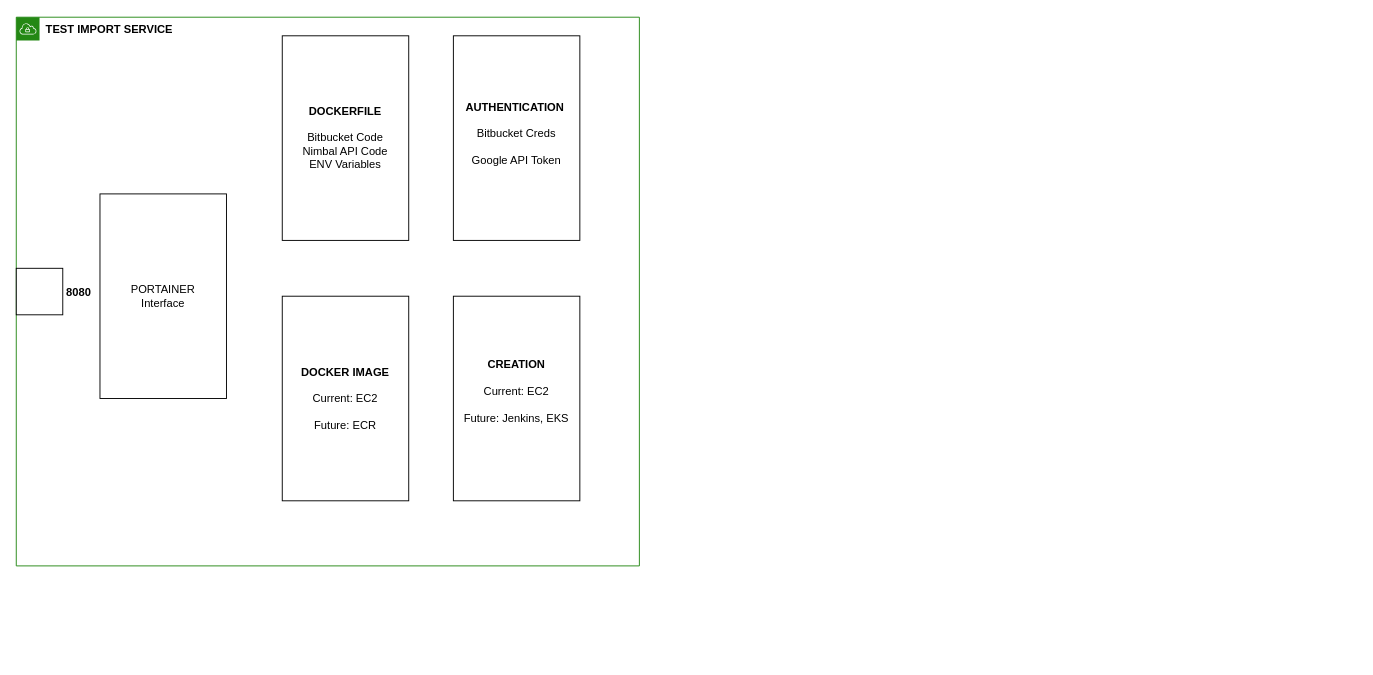
Above: page "Portainer" (3 of 7) of Nimbal.drawio in haarsh31/architecture (draw.io), before the change. Source tidied: cells renumbered, new cells numbered last; positions are measured from the earlier drawing's top-left corner, leaving out a move shared by most shapes. Both pictures are drawn from the tidied source at 93%, with x=0, y=0 at pixel (16, 17).
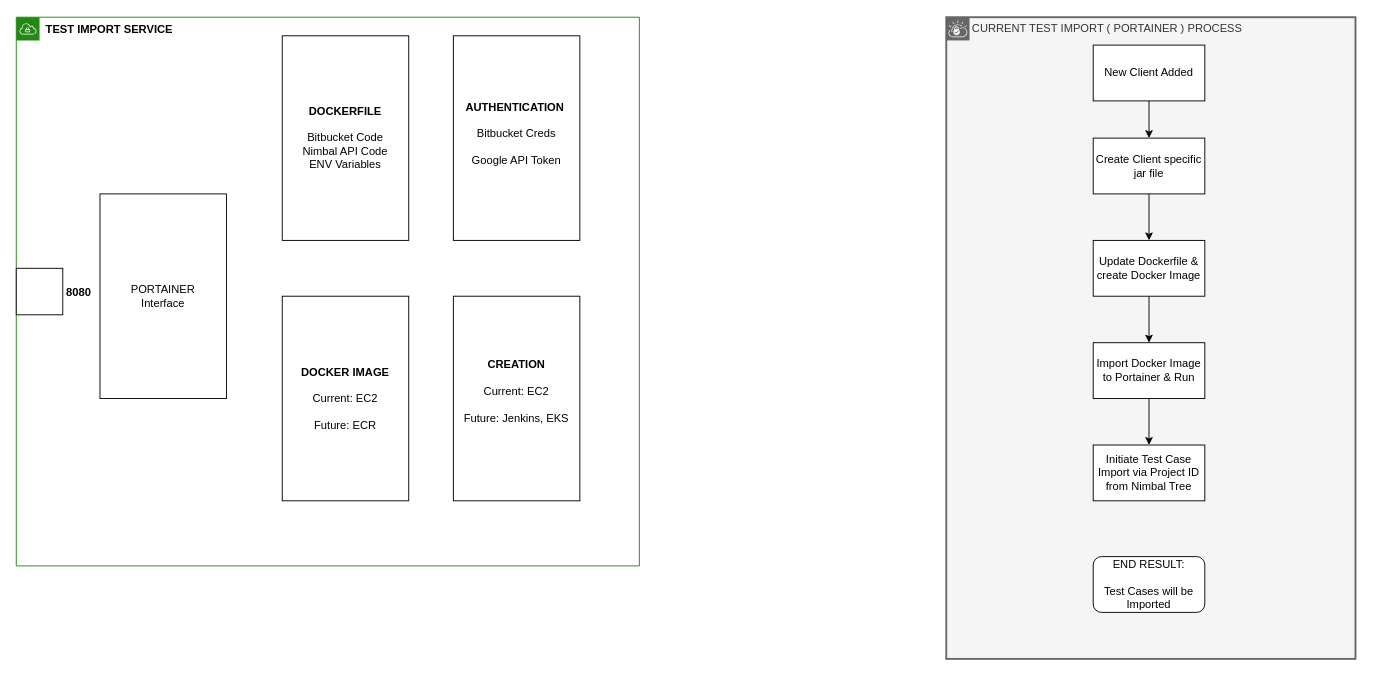
After the change.

Diff of the diagram source:
```diff
@@
+    <mxCell id="11" value="CURRENT TEST IMPORT ( PORTAINER ) PROCESS" style="shape=mxgraph.ibm.box;prType=vpc;fontStyle=0;verticalAlign=top;align=left;spacingLeft=32;spacingTop=4;fillColor=#f5f5f5;rounded=0;whiteSpace=wrap;html=1;strokeColor=#666666;strokeWidth=2;dashed=0;spacing=-4;fontColor=#333333;" parent="1" vertex="1">
+      <mxGeometry x="1000" width="440" height="690" as="geometry" />
+    </mxCell>
+    <mxCell id="12" style="edgeStyle=orthogonalEdgeStyle;rounded=0;jettySize=auto;html=1;" parent="11" edge="1" source="13" target="15">
+      <mxGeometry relative="1" as="geometry" />
+    </mxCell>
+    <mxCell id="13" value="New Client Added" style="rounded=0;whiteSpace=wrap;html=1;strokeColor=#080000;" parent="11" vertex="1">
+      <mxGeometry x="158" y="30" width="120" height="60" as="geometry" />
+    </mxCell>
+    <mxCell id="14" style="edgeStyle=orthogonalEdgeStyle;rounded=0;jettySize=auto;html=1;entryX=0.5;entryY=0;entryDx=0;entryDy=0;" parent="11" edge="1" source="15" target="17">
+      <mxGeometry relative="1" as="geometry" />
+    </mxCell>
+    <mxCell id="15" value="Create Client specific jar file" style="whiteSpace=wrap;html=1;rounded=0;strokeColor=#050000;" parent="11" vertex="1">
+      <mxGeometry x="158" y="130" width="120" height="60" as="geometry" />
+    </mxCell>
+    <mxCell id="16" style="edgeStyle=orthogonalEdgeStyle;rounded=0;jettySize=auto;html=1;" parent="11" edge="1" source="17" target="19">
+      <mxGeometry relative="1" as="geometry" />
+    </mxCell>
+    <mxCell id="17" value="Update Dockerfile &amp;amp; create Docker Image" style="rounded=0;whiteSpace=wrap;html=1;strokeColor=#050000;" parent="11" vertex="1">
+      <mxGeometry x="158" y="240" width="120" height="60" as="geometry" />
+    </mxCell>
+    <mxCell id="18" style="edgeStyle=orthogonalEdgeStyle;rounded=0;jettySize=auto;html=1;" parent="11" edge="1" source="19" target="20">
+      <mxGeometry relative="1" as="geometry" />
+    </mxCell>
+    <mxCell id="19" value="Import Docker Image to Portainer &amp;amp; Run" style="rounded=0;whiteSpace=wrap;html=1;strokeColor=#050000;" parent="11" vertex="1">
+      <mxGeometry x="158" y="350" width="120" height="60" as="geometry" />
+    </mxCell>
+    <mxCell id="20" value="Initiate Test Case Import via Project ID from Nimbal Tree" style="rounded=0;whiteSpace=wrap;html=1;strokeColor=#050000;" parent="11" vertex="1">
+      <mxGeometry x="158" y="460" width="120" height="60" as="geometry" />
+    </mxCell>
+    <mxCell id="21" value="END RESULT:&lt;br&gt;&lt;br&gt;Test Cases will be Imported" style="rounded=1;whiteSpace=wrap;html=1;strokeColor=#050000;" parent="11" vertex="1">
+      <mxGeometry x="158" y="580" width="120" height="60" as="geometry" />
+    </mxCell>
```
